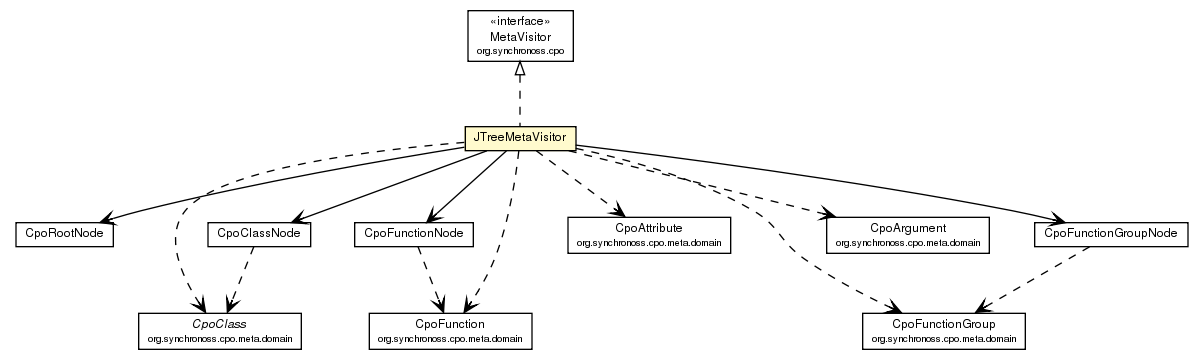
Earlier version of the Graphviz export site/apidocs/org/synchronoss/cpo/util/JTreeMetaVisitor.png (synchronoss/cpo-util). Its source is kept beside it as site/apidocs/org/synchronoss/cpo/util/JTreeMetaVisitor.dot.
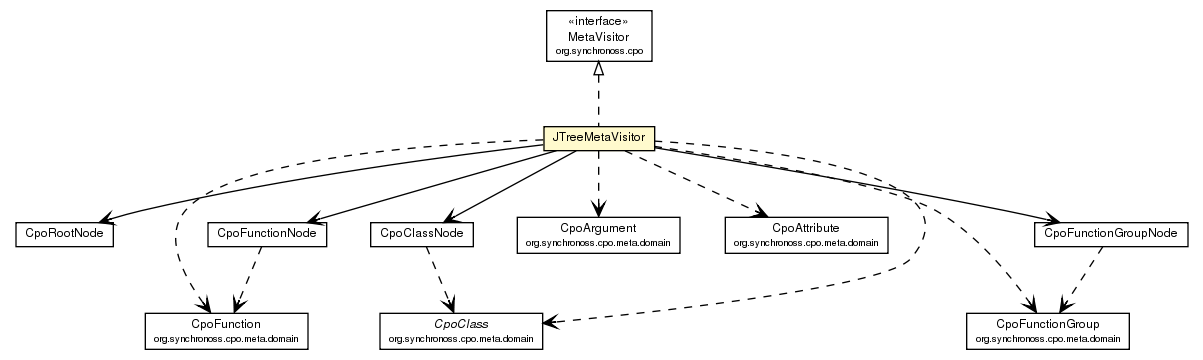
The same diagram one commit later.

What changed in the source:
```diff
@@ -34,19 +34,19 @@
 	c1707:p -> c1721:p [taillabel="", label="", headlabel="", fontname="Helvetica", fontcolor="black", fontsize=10.0, color="black", arrowhead=open];
 	c1707:p -> c1765:p [taillabel="", label="", headlabel="", fontname="Helvetica", fontcolor="black", fontsize=10.0, color="black", arrowhead=open, style=dashed];
 	c1707:p -> c1766:p [taillabel="", label="", headlabel="", fontname="Helvetica", fontcolor="black", fontsize=10.0, color="black", arrowhead=open, style=dashed];
-	c1707:p -> c1767:p [taillabel="", label="", headlabel="", fontname="Helvetica", fontcolor="black", fontsize=10.0, color="black", arrowhead=open, style=dashed];
 	c1707:p -> c1768:p [taillabel="", label="", headlabel="", fontname="Helvetica", fontcolor="black", fontsize=10.0, color="black", arrowhead=open, style=dashed];
+	c1707:p -> c1769:p [taillabel="", label="", headlabel="", fontname="Helvetica", fontcolor="black", fontsize=10.0, color="black", arrowhead=open, style=dashed];
 	c1707:p -> c1770:p [taillabel="", label="", headlabel="", fontname="Helvetica", fontcolor="black", fontsize=10.0, color="black", arrowhead=open, style=dashed];
-	c1721:p -> c1767:p [taillabel="", label="", headlabel="", fontname="Helvetica", fontcolor="black", fontsize=10.0, color="black", arrowhead=open, style=dashed];
-	c1723:p -> c1765:p [taillabel="", label="", headlabel="", fontname="Helvetica", fontcolor="black", fontsize=10.0, color="black", arrowhead=open, style=dashed];
-	c1728:p -> c1770:p [taillabel="", label="", headlabel="", fontname="Helvetica", fontcolor="black", fontsize=10.0, color="black", arrowhead=open, style=dashed];
-	c1765 [label=<<table border="0" cellborder="1" cellspacing="0" cellpadding="2" port="p" href="http://java.sun.com/j2se/1.4.2/docs/api/org/synchronoss/cpo/meta/domain/CpoClass.html">
+	c1721:p -> c1769:p [taillabel="", label="", headlabel="", fontname="Helvetica", fontcolor="black", fontsize=10.0, color="black", arrowhead=open, style=dashed];
+	c1723:p -> c1770:p [taillabel="", label="", headlabel="", fontname="Helvetica", fontcolor="black", fontsize=10.0, color="black", arrowhead=open, style=dashed];
+	c1728:p -> c1768:p [taillabel="", label="", headlabel="", fontname="Helvetica", fontcolor="black", fontsize=10.0, color="black", arrowhead=open, style=dashed];
+	c1770 [label=<<table border="0" cellborder="1" cellspacing="0" cellpadding="2" port="p" href="http://java.sun.com/j2se/1.4.2/docs/api/org/synchronoss/cpo/meta/domain/CpoClass.html">
 		<tr><td><table border="0" cellspacing="0" cellpadding="1">
 			<tr><td><font face="Helvetica-Oblique"> CpoClass </font></td></tr>
 			<tr><td><font point-size="7.0"> org.synchronoss.cpo.meta.domain </font></td></tr>
 		</table></td></tr>
 		</table>>, fontname="Helvetica", fontcolor="black", fontsize=9.0];
-	c1768 [label=<<table border="0" cellborder="1" cellspacing="0" cellpadding="2" port="p" href="http://java.sun.com/j2se/1.4.2/docs/api/org/synchronoss/cpo/meta/domain/CpoArgument.html">
+	c1765 [label=<<table border="0" cellborder="1" cellspacing="0" cellpadding="2" port="p" href="http://java.sun.com/j2se/1.4.2/docs/api/org/synchronoss/cpo/meta/domain/CpoArgument.html">
 		<tr><td><table border="0" cellspacing="0" cellpadding="1">
 			<tr><td> CpoArgument </td></tr>
 			<tr><td><font point-size="7.0"> org.synchronoss.cpo.meta.domain </font></td></tr>
@@ -58,13 +58,13 @@
 			<tr><td><font point-size="7.0"> org.synchronoss.cpo.meta.domain </font></td></tr>
 		</table></td></tr>
 		</table>>, fontname="Helvetica", fontcolor="black", fontsize=9.0];
-	c1767 [label=<<table border="0" cellborder="1" cellspacing="0" cellpadding="2" port="p" href="http://java.sun.com/j2se/1.4.2/docs/api/org/synchronoss/cpo/meta/domain/CpoFunction.html">
+	c1769 [label=<<table border="0" cellborder="1" cellspacing="0" cellpadding="2" port="p" href="http://java.sun.com/j2se/1.4.2/docs/api/org/synchronoss/cpo/meta/domain/CpoFunction.html">
 		<tr><td><table border="0" cellspacing="0" cellpadding="1">
 			<tr><td> CpoFunction </td></tr>
 			<tr><td><font point-size="7.0"> org.synchronoss.cpo.meta.domain </font></td></tr>
 		</table></td></tr>
 		</table>>, fontname="Helvetica", fontcolor="black", fontsize=9.0];
-	c1770 [label=<<table border="0" cellborder="1" cellspacing="0" cellpadding="2" port="p" href="http://java.sun.com/j2se/1.4.2/docs/api/org/synchronoss/cpo/meta/domain/CpoFunctionGroup.html">
+	c1768 [label=<<table border="0" cellborder="1" cellspacing="0" cellpadding="2" port="p" href="http://java.sun.com/j2se/1.4.2/docs/api/org/synchronoss/cpo/meta/domain/CpoFunctionGroup.html">
 		<tr><td><table border="0" cellspacing="0" cellpadding="1">
 			<tr><td> CpoFunctionGroup </td></tr>
 			<tr><td><font point-size="7.0"> org.synchronoss.cpo.meta.domain </font></td></tr>
```
